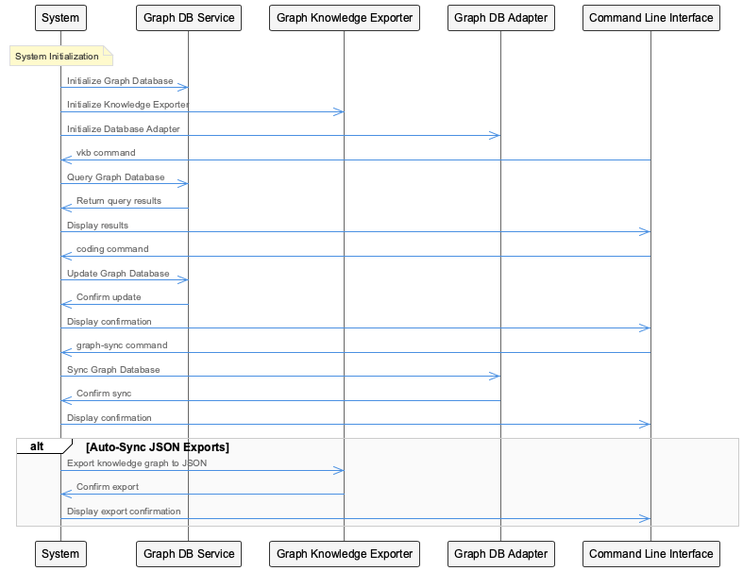
This is knowledge-management/insights/images/semantic-analysis-agent-system-implementation-sequence.png from fwornle/coding, a PlantUML export, as it was before one commit. Source of this version:
```plantuml
@startuml
!include /Users/q284340/Agentic/coding/docs/puml/_standard-style.puml

participant SemanticAnalysisAgentSystemImplementation as "System"
participant GraphDatabaseService as "Graph DB Service"
participant GraphKnowledgeExporter as "Graph Knowledge Exporter"
participant GraphDatabaseAdapter as "Graph DB Adapter"
participant CLI as "Command Line Interface"

note over SemanticAnalysisAgentSystemImplementation: System Initialization
SemanticAnalysisAgentSystemImplementation ->> GraphDatabaseService: Initialize Graph Database
SemanticAnalysisAgentSystemImplementation ->> GraphKnowledgeExporter: Initialize Knowledge Exporter
SemanticAnalysisAgentSystemImplementation ->> GraphDatabaseAdapter: Initialize Database Adapter

CLI ->> SemanticAnalysisAgentSystemImplementation: vkb command
SemanticAnalysisAgentSystemImplementation ->> GraphDatabaseService: Query Graph Database
GraphDatabaseService ->> SemanticAnalysisAgentSystemImplementation: Return query results
SemanticAnalysisAgentSystemImplementation ->> CLI: Display results

CLI ->> SemanticAnalysisAgentSystemImplementation: coding command
SemanticAnalysisAgentSystemImplementation ->> GraphDatabaseService: Update Graph Database
GraphDatabaseService ->> SemanticAnalysisAgentSystemImplementation: Confirm update
SemanticAnalysisAgentSystemImplementation ->> CLI: Display confirmation

CLI ->> SemanticAnalysisAgentSystemImplementation: graph-sync command
SemanticAnalysisAgentSystemImplementation ->> GraphDatabaseAdapter: Sync Graph Database
GraphDatabaseAdapter ->> SemanticAnalysisAgentSystemImplementation: Confirm sync
SemanticAnalysisAgentSystemImplementation ->> CLI: Display confirmation

alt Auto-Sync JSON Exports
    SemanticAnalysisAgentSystemImplementation ->> GraphKnowledgeExporter: Export knowledge graph to JSON
    GraphKnowledgeExporter ->> SemanticAnalysisAgentSystemImplementation: Confirm export
    SemanticAnalysisAgentSystemImplementation ->> CLI: Display export confirmation
end

@enduml
```
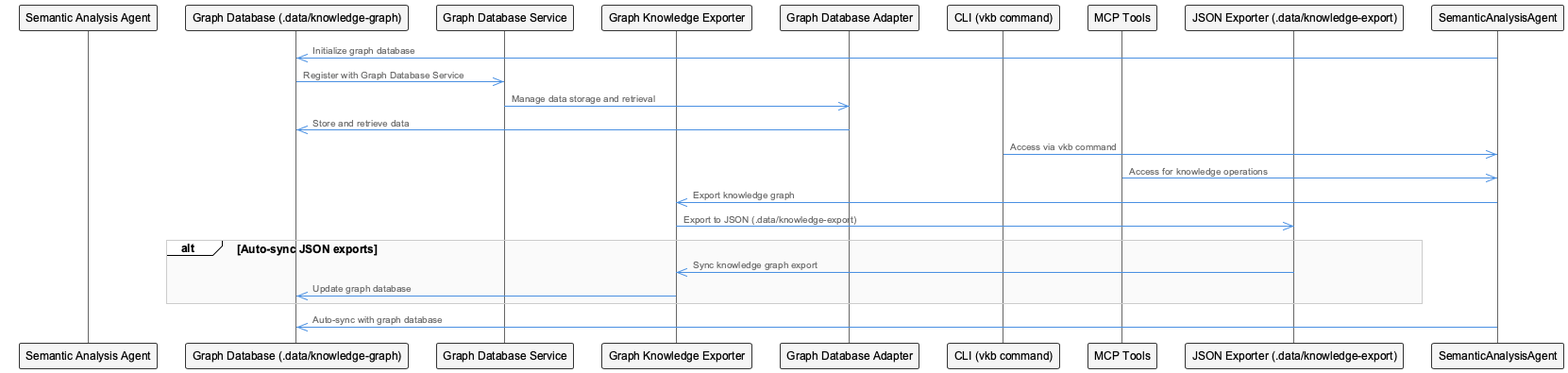
After the commit.

Change to the diagram source:
```diff
@@ -1,36 +1,30 @@
 @startuml
 !include /Users/q284340/Agentic/coding/docs/puml/_standard-style.puml
 
-participant SemanticAnalysisAgentSystemImplementation as "System"
-participant GraphDatabaseService as "Graph DB Service"
+participant SemanticAnalysisAgentSystemImplementation as "Semantic Analysis Agent"
+participant GraphDatabase as "Graph Database (.data/knowledge-graph)"
+participant GraphDatabaseService as "Graph Database Service"
 participant GraphKnowledgeExporter as "Graph Knowledge Exporter"
-participant GraphDatabaseAdapter as "Graph DB Adapter"
-participant CLI as "Command Line Interface"
+participant GraphDatabaseAdapter as "Graph Database Adapter"
+participant CLI as "CLI (vkb command)"
+participant MCP as "MCP Tools"
+participant JSONExporter as "JSON Exporter (.data/knowledge-export)"
 
-note over SemanticAnalysisAgentSystemImplementation: System Initialization
-SemanticAnalysisAgentSystemImplementation ->> GraphDatabaseService: Initialize Graph Database
-SemanticAnalysisAgentSystemImplementation ->> GraphKnowledgeExporter: Initialize Knowledge Exporter
-SemanticAnalysisAgentSystemImplementation ->> GraphDatabaseAdapter: Initialize Database Adapter
+SemanticAnalysisAgent->>GraphDatabase: Initialize graph database
+GraphDatabase->>GraphDatabaseService: Register with Graph Database Service
+GraphDatabaseService->>GraphDatabaseAdapter: Manage data storage and retrieval
+GraphDatabaseAdapter->>GraphDatabase: Store and retrieve data
 
-CLI ->> SemanticAnalysisAgentSystemImplementation: vkb command
-SemanticAnalysisAgentSystemImplementation ->> GraphDatabaseService: Query Graph Database
-GraphDatabaseService ->> SemanticAnalysisAgentSystemImplementation: Return query results
-SemanticAnalysisAgentSystemImplementation ->> CLI: Display results
+CLI->>SemanticAnalysisAgent: Access via vkb command
+MCP->>SemanticAnalysisAgent: Access for knowledge operations
+SemanticAnalysisAgent->>GraphKnowledgeExporter: Export knowledge graph
+GraphKnowledgeExporter->>JSONExporter: Export to JSON (.data/knowledge-export)
 
-CLI ->> SemanticAnalysisAgentSystemImplementation: coding command
-SemanticAnalysisAgentSystemImplementation ->> GraphDatabaseService: Update Graph Database
-GraphDatabaseService ->> SemanticAnalysisAgentSystemImplementation: Confirm update
-SemanticAnalysisAgentSystemImplementation ->> CLI: Display confirmation
-
-CLI ->> SemanticAnalysisAgentSystemImplementation: graph-sync command
-SemanticAnalysisAgentSystemImplementation ->> GraphDatabaseAdapter: Sync Graph Database
-GraphDatabaseAdapter ->> SemanticAnalysisAgentSystemImplementation: Confirm sync
-SemanticAnalysisAgentSystemImplementation ->> CLI: Display confirmation
-
-alt Auto-Sync JSON Exports
-    SemanticAnalysisAgentSystemImplementation ->> GraphKnowledgeExporter: Export knowledge graph to JSON
-    GraphKnowledgeExporter ->> SemanticAnalysisAgentSystemImplementation: Confirm export
-    SemanticAnalysisAgentSystemImplementation ->> CLI: Display export confirmation
+alt Auto-sync JSON exports
+    JSONExporter->>GraphKnowledgeExporter: Sync knowledge graph export
+    GraphKnowledgeExporter->>GraphDatabase: Update graph database
 end
 
+SemanticAnalysisAgent->>GraphDatabase: Auto-sync with graph database
+
 @enduml
```
